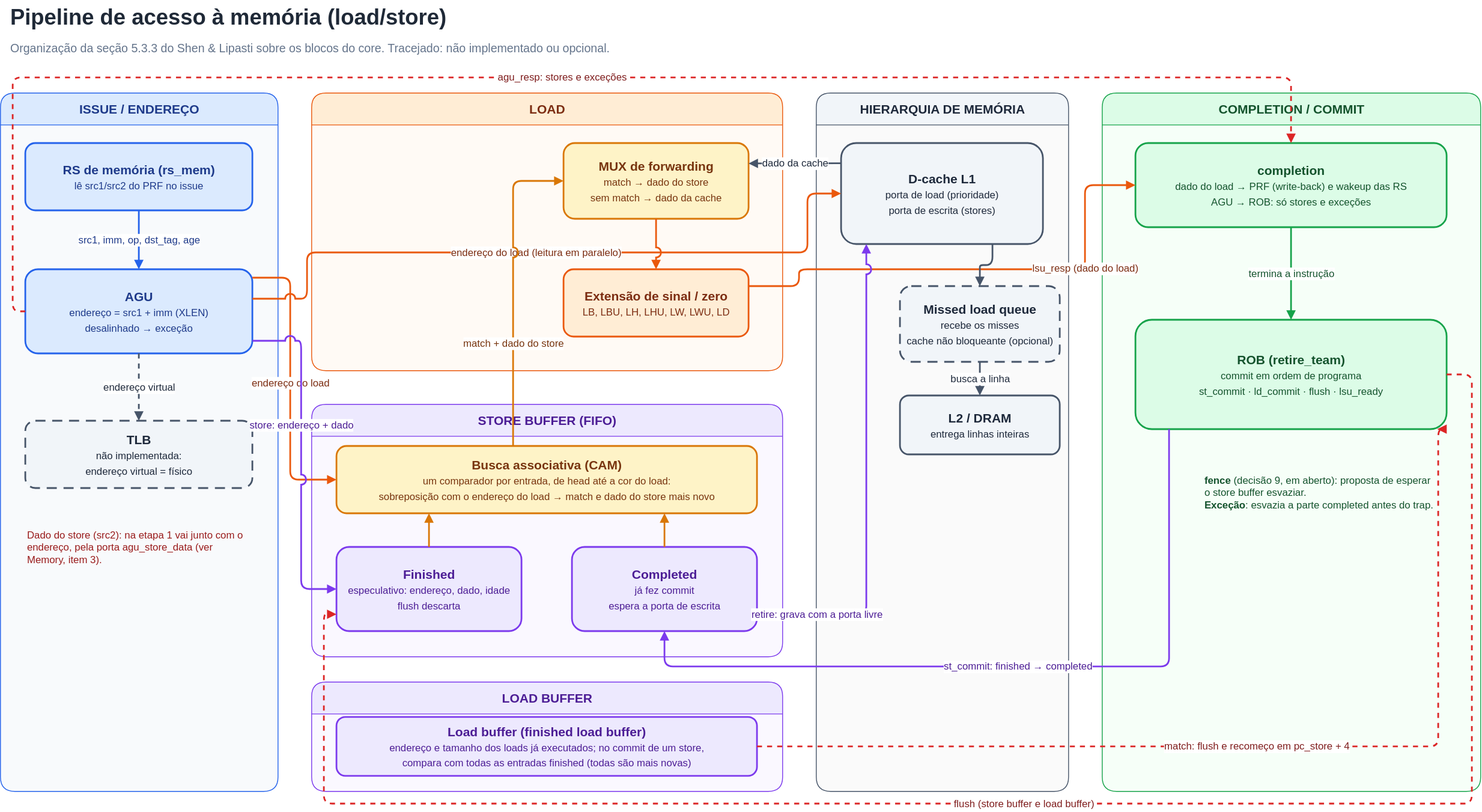
This is docs/desenho_caminho_dados/memory_datapath/memory.drawio.svg from SoaresDavidson/superscalar-riscv, a draw.io export, as it was before one commit. Source tidied: cells renumbered, new cells last; positions are measured from the earlier drawing's top-left corner, leaving out a move shared by most shapes.
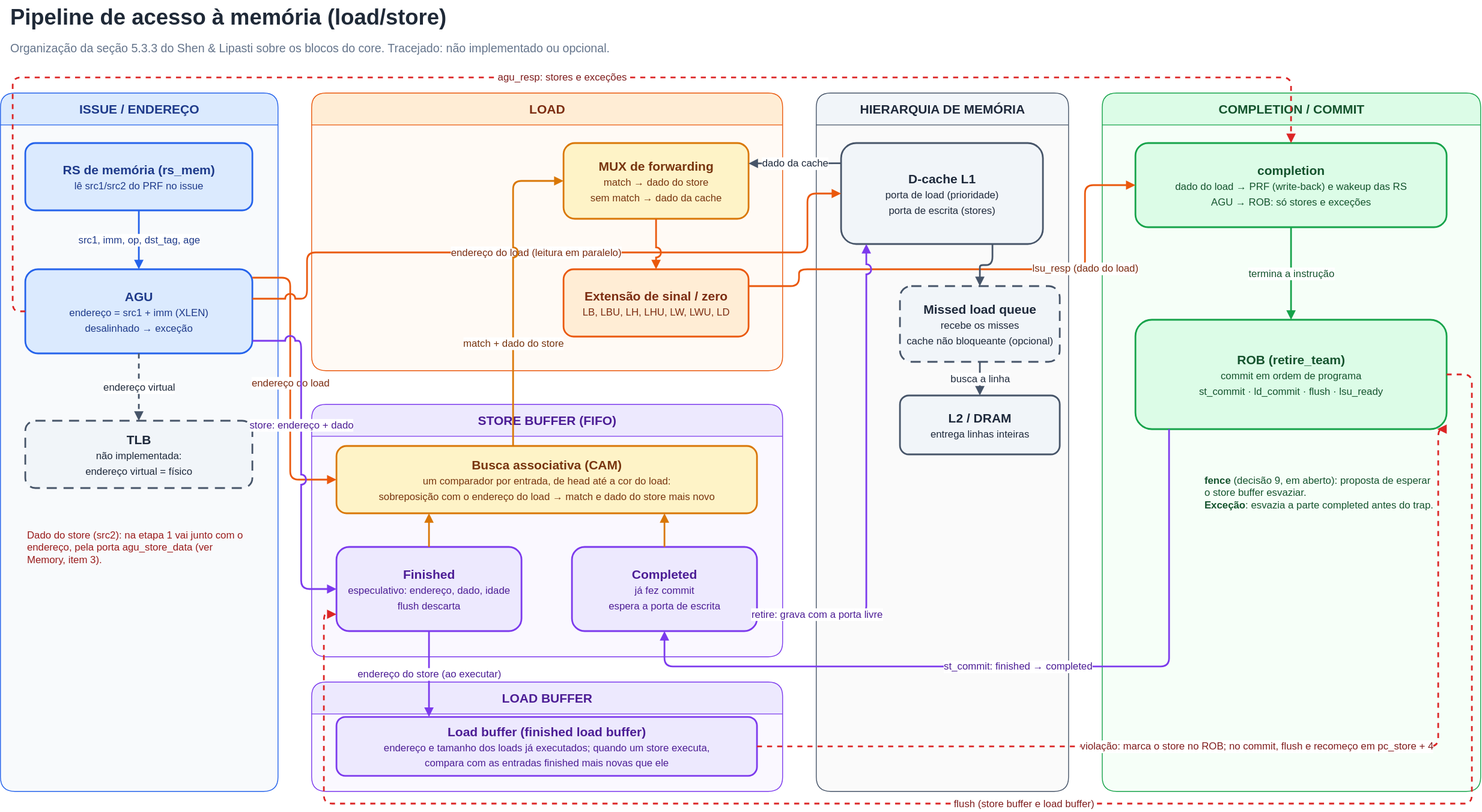
Above is the later version.

Commit message:
docs(memory): checagem de violação quando o store executa, no diagrama

Change to the diagram source:
```diff
@@ -44,7 +44,7 @@
     <mxCell id="15" value="LOAD BUFFER" style="swimlane;html=1;rounded=1;startSize=38;horizontal=1;fillColor=#EDE9FE;swimlaneFillColor=#FAF8FF;strokeColor=#7C3AED;fontColor=#4C1D95;fontStyle=1;fontSize=15;" parent="1" vertex="1">
       <mxGeometry x="370" y="810" width="560" height="130" as="geometry" />
     </mxCell>
-    <mxCell id="16" value="&lt;b&gt;Load buffer (finished load buffer)&lt;/b&gt;&lt;br&gt;&lt;font style=&quot;font-size:12px;font-weight:normal&quot;&gt;endereço e tamanho dos loads já executados; no commit de um store,&lt;br&gt;compara com todas as entradas finished (todas são mais novas)&lt;/font&gt;" style="rounded=1;whiteSpace=wrap;html=1;fillColor=#EDE9FE;strokeColor=#7C3AED;strokeWidth=2;fontSize=15;fontColor=#4C1D95;" parent="15" vertex="1">
+    <mxCell id="16" value="&lt;b&gt;Load buffer (finished load buffer)&lt;/b&gt;&lt;br&gt;&lt;font style=&quot;font-size:12px;font-weight:normal&quot;&gt;endereço e tamanho dos loads já executados; quando um store executa,&lt;br&gt;compara com as entradas finished mais novas que ele&lt;/font&gt;" style="rounded=1;whiteSpace=wrap;html=1;fillColor=#EDE9FE;strokeColor=#7C3AED;strokeWidth=2;fontSize=15;fontColor=#4C1D95;" parent="15" vertex="1">
       <mxGeometry x="30" y="42" width="500" height="70" as="geometry" />
     </mxCell>
     <mxCell id="17" value="HIERARQUIA DE MEMÓRIA" style="swimlane;html=1;rounded=1;startSize=38;horizontal=1;fillColor=#F1F5F9;swimlaneFillColor=#FAFAFA;strokeColor=#475569;fontColor=#1E293B;fontStyle=1;fontSize=15;" parent="1" vertex="1">
@@ -179,7 +179,10 @@
     <mxCell id="43" value="busca a linha" style="edgeStyle=orthogonalEdgeStyle;rounded=1;jettySize=auto;html=1;strokeWidth=2;strokeColor=#475569;endArrow=block;endFill=1;fontSize=12;fontColor=#1E293B;labelBackgroundColor=#FFFFFF;jumpStyle=arc;jumpSize=10;" parent="1" edge="1" source="19" target="20">
       <mxGeometry relative="1" as="geometry" />
     </mxCell>
+    <mxCell id="45" value="endereço do store (ao executar)" style="edgeStyle=orthogonalEdgeStyle;rounded=1;jettySize=auto;html=1;strokeWidth=2;strokeColor=#7C3AED;endArrow=block;endFill=1;fontSize=12;fontColor=#4C1D95;labelBackgroundColor=#FFFFFF;jumpStyle=arc;jumpSize=10;exitX=0.5;exitY=1;exitDx=0;exitDy=0;entryX=0.22;entryY=0;entryDx=0;entryDy=0;" parent="1" edge="1" source="13" target="16">
+      <mxGeometry relative="1" as="geometry" />
+    </mxCell>
-    <mxCell id="44" value="match: flush e recomeço em pc_store + 4" style="edgeStyle=orthogonalEdgeStyle;rounded=1;jettySize=auto;html=1;strokeWidth=2;strokeColor=#DC2626;endArrow=block;endFill=1;fontSize=12;fontColor=#7F1D1D;labelBackgroundColor=#FFFFFF;jumpStyle=arc;jumpSize=10;dashed=1;exitX=1;exitY=0.5;exitDx=0;exitDy=0;entryX=0.97;entryY=1;entryDx=0;entryDy=0;" parent="1" edge="1" source="16" target="23">
+    <mxCell id="44" value="violação: marca o store no ROB; no commit, flush e recomeço em pc_store + 4" style="edgeStyle=orthogonalEdgeStyle;rounded=1;jettySize=auto;html=1;strokeWidth=2;strokeColor=#DC2626;endArrow=block;endFill=1;fontSize=12;fontColor=#7F1D1D;labelBackgroundColor=#FFFFFF;jumpStyle=arc;jumpSize=10;dashed=1;exitX=1;exitY=0.5;exitDx=0;exitDy=0;entryX=0.97;entryY=1;entryDx=0;entryDy=0;" parent="1" edge="1" source="16" target="23">
       <mxGeometry relative="1" as="geometry">
         <Array as="points">
           <mxPoint x="1710" y="887" />
```
